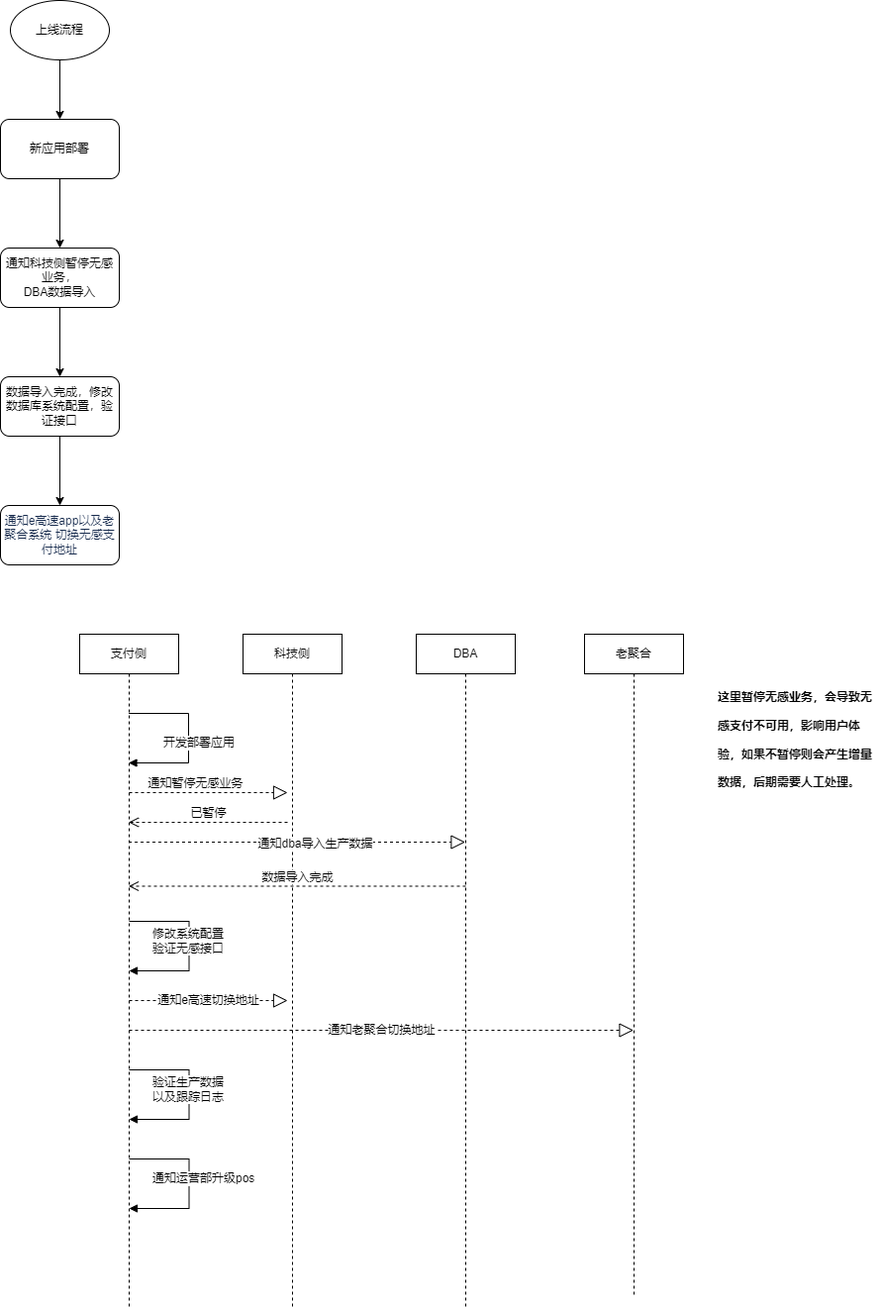
Above: 无感支付上线.png in songyibo2019/mydiagrams (draw.io), before the change. Source tidied: cells renumbered, new cells last; positions are measured from the earlier drawing's top-left corner, leaving out a move shared by most shapes.
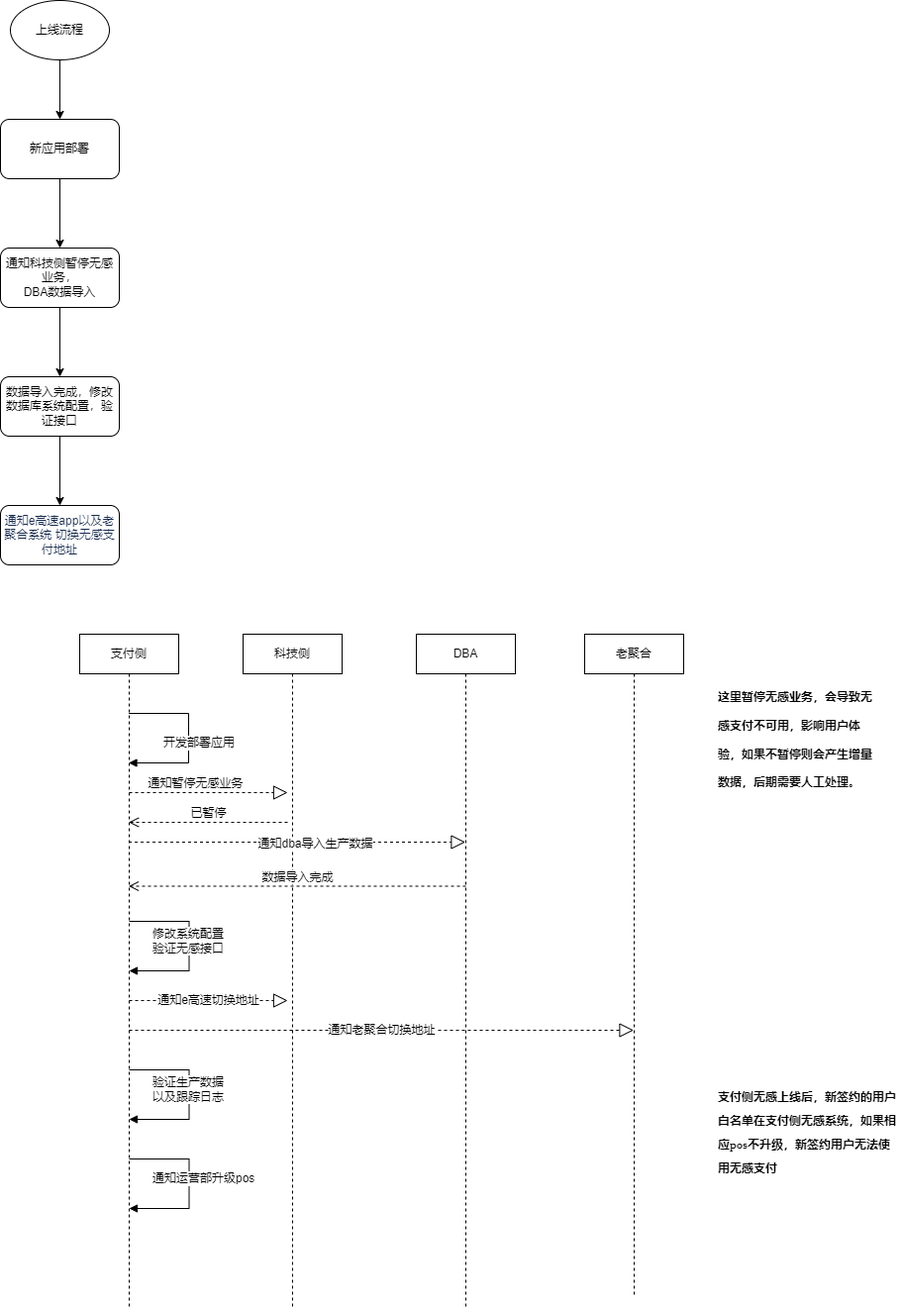
The same file after the commit.

Commit message:
Update 无感支付上线.png

Diff of the diagram source:
```diff
@@ -127,5 +127,8 @@
         </Array>
       </mxGeometry>
     </mxCell>
+    <mxCell id="28" value="&lt;h1&gt;&lt;span style=&quot;font-size: 12px&quot;&gt;&lt;font face=&quot;Garamond&quot;&gt;支付侧无感上线后，新签约的用户白名单在支付侧无感系统，如果相应pos不升级，新签约用户无法使用无感支付&lt;/font&gt;&lt;/span&gt;&lt;/h1&gt;" style="text;html=1;strokeColor=none;fillColor=none;spacing=5;spacingTop=-20;whiteSpace=wrap;overflow=hidden;rounded=0;fontSize=10;" parent="1" vertex="1">
+      <mxGeometry x="720" y="1090" width="190" height="120" as="geometry" />
+    </mxCell>
   </root>
 </mxGraphModel>
```
